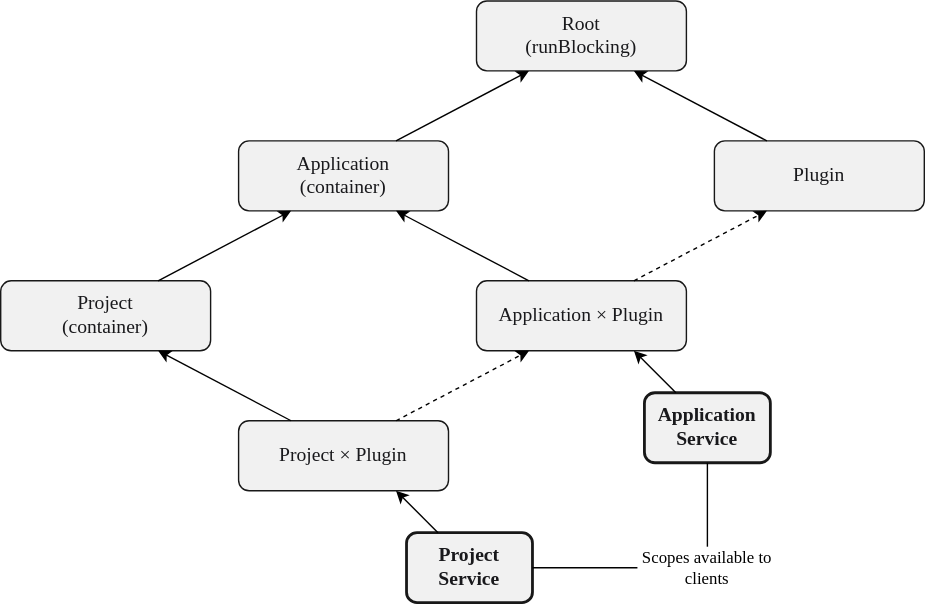
This is images/basics/architectural_overview/coroutines/intellij_platform_coroutine_scopes.svg from JetBrains/intellij-sdk-docs, a draw.io export, as it was before one commit. Source tidied: cells renumbered, new cells last; positions are measured from the earlier drawing's top-left corner, leaving out a move shared by most shapes.
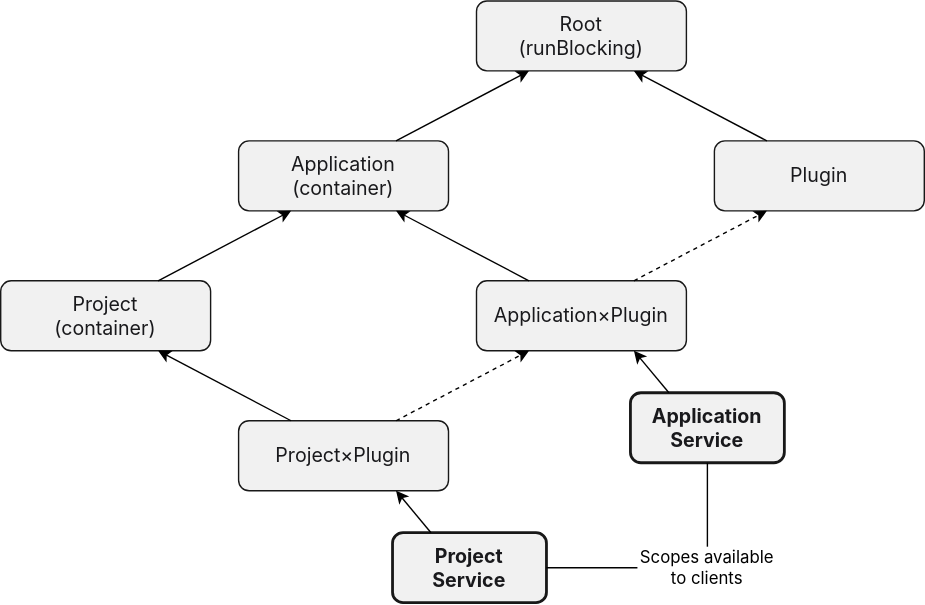
Later version of the same file.

Commit message:
Fix SVG diagram fonts

Change to the diagram source:
```diff
@@ -2,13 +2,13 @@
   <root>
     <mxCell id="0" />
     <mxCell id="1" parent="0" />
-    <mxCell id="2" value="&lt;font style=&quot;font-size: 14px;&quot;&gt;Root&lt;br style=&quot;font-size: 14px;&quot;&gt;(runBlocking)&lt;/font&gt;" style="rounded=1;whiteSpace=wrap;html=1;fontSize=14;fillColor=#F1F1F1;fontFamily=JetBrains Sans;fontColor=#19191c;strokeColor=#181818;" parent="1" vertex="1">
+    <mxCell id="2" value="&lt;font style=&quot;font-size: 14px;&quot;&gt;Root&lt;br style=&quot;font-size: 14px;&quot;&gt;(runBlocking)&lt;/font&gt;" style="rounded=1;whiteSpace=wrap;html=1;fontSize=14;fillColor=#F1F1F1;fontFamily=Inter;fontColor=#19191c;strokeColor=#181818;fontSource=https%3A%2F%2Ffonts.googleapis.com%2Fcss%3Ffamily%3DInter;" parent="1" vertex="1">
       <mxGeometry x="340" width="150" height="50" as="geometry" />
     </mxCell>
-    <mxCell id="3" value="Application&lt;br style=&quot;font-size: 14px;&quot;&gt;(container)" style="rounded=1;whiteSpace=wrap;html=1;fontSize=14;fillColor=#F1F1F1;fontFamily=JetBrains Sans;fontColor=#19191c;strokeColor=#181818;" parent="1" vertex="1">
+    <mxCell id="3" value="Application&lt;br style=&quot;font-size: 14px;&quot;&gt;(container)" style="rounded=1;whiteSpace=wrap;html=1;fontSize=14;fillColor=#F1F1F1;fontFamily=Inter;fontColor=#19191c;strokeColor=#181818;fontSource=https%3A%2F%2Ffonts.googleapis.com%2Fcss%3Ffamily%3DInter;" parent="1" vertex="1">
       <mxGeometry x="170" y="100" width="150" height="50" as="geometry" />
     </mxCell>
-    <mxCell id="4" value="Project&lt;br style=&quot;font-size: 14px;&quot;&gt;(container)" style="rounded=1;whiteSpace=wrap;html=1;fontSize=14;fillColor=#F1F1F1;fontFamily=JetBrains Sans;fontColor=#19191c;strokeColor=#181818;" parent="1" vertex="1">
+    <mxCell id="4" value="Project&lt;br style=&quot;font-size: 14px;&quot;&gt;(container)" style="rounded=1;whiteSpace=wrap;html=1;fontSize=14;fillColor=#F1F1F1;fontFamily=Inter;fontColor=#19191c;strokeColor=#181818;fontSource=https%3A%2F%2Ffonts.googleapis.com%2Fcss%3Ffamily%3DInter;" parent="1" vertex="1">
       <mxGeometry y="200" width="150" height="50" as="geometry" />
     </mxCell>
     <mxCell id="5" style="endArrow=classic;html=1;rounded=0;exitX=0.75;exitY=0;exitDx=0;exitDy=0;entryX=0.25;entryY=1;entryDx=0;entryDy=0;fontFamily=Inter;fontSource=https%3A%2F%2Ffonts.googleapis.com%2Fcss%3Ffamily%3DInter;fontColor=#19191c;" parent="1" edge="1" source="3" target="2">
@@ -17,16 +17,16 @@
     <mxCell id="6" style="endArrow=classic;html=1;rounded=0;exitX=0.75;exitY=0;exitDx=0;exitDy=0;entryX=0.25;entryY=1;entryDx=0;entryDy=0;fontFamily=Inter;fontSource=https%3A%2F%2Ffonts.googleapis.com%2Fcss%3Ffamily%3DInter;fontColor=#19191c;" parent="1" edge="1" source="4" target="3">
       <mxGeometry relative="1" as="geometry" />
     </mxCell>
-    <mxCell id="7" value="Plugin" style="rounded=1;whiteSpace=wrap;html=1;fontSize=14;fillColor=#F1F1F1;fontFamily=JetBrains Sans;fontColor=#19191c;strokeColor=#181818;" parent="1" vertex="1">
+    <mxCell id="7" value="Plugin" style="rounded=1;whiteSpace=wrap;html=1;fontSize=14;fillColor=#F1F1F1;fontFamily=Inter;fontColor=#19191c;strokeColor=#181818;fontSource=https%3A%2F%2Ffonts.googleapis.com%2Fcss%3Ffamily%3DInter;" parent="1" vertex="1">
       <mxGeometry x="510" y="100" width="150" height="50" as="geometry" />
     </mxCell>
     <mxCell id="8" style="endArrow=classic;html=1;rounded=0;exitX=0.25;exitY=0;exitDx=0;exitDy=0;entryX=0.75;entryY=1;entryDx=0;entryDy=0;fontFamily=Inter;fontSource=https%3A%2F%2Ffonts.googleapis.com%2Fcss%3Ffamily%3DInter;fontColor=#19191c;" parent="1" edge="1" source="7" target="2">
       <mxGeometry relative="1" as="geometry" />
     </mxCell>
-    <mxCell id="9" value="&lt;font&gt;Application&amp;nbsp;&lt;/font&gt;×&lt;font&gt;&amp;nbsp;Plugin&lt;/font&gt;" style="rounded=1;whiteSpace=wrap;html=1;fontSize=14;fillColor=#F1F1F1;fontFamily=JetBrains Sans;fontColor=#19191c;strokeColor=#181818;" parent="1" vertex="1">
+    <mxCell id="9" value="&lt;font&gt;Application&lt;/font&gt;×&lt;font&gt;Plugin&lt;/font&gt;" style="rounded=1;whiteSpace=wrap;html=1;fontSize=14;fillColor=#F1F1F1;fontFamily=Inter;fontColor=#19191c;strokeColor=#181818;fontSource=https%3A%2F%2Ffonts.googleapis.com%2Fcss%3Ffamily%3DInter;" parent="1" vertex="1">
       <mxGeometry x="340" y="200" width="150" height="50" as="geometry" />
     </mxCell>
-    <mxCell id="10" value="&lt;font&gt;Project&amp;nbsp;&lt;/font&gt;×&lt;font&gt;&amp;nbsp;Plugin&lt;/font&gt;" style="rounded=1;whiteSpace=wrap;html=1;fontSize=14;fillColor=#F1F1F1;fontFamily=JetBrains Sans;fontColor=#19191c;strokeColor=#181818;" parent="1" vertex="1">
+    <mxCell id="10" value="&lt;font&gt;Project&lt;/font&gt;×&lt;font&gt;Plugin&lt;/font&gt;" style="rounded=1;whiteSpace=wrap;html=1;fontSize=14;fillColor=#F1F1F1;fontFamily=Inter;fontColor=#19191c;strokeColor=#181818;fontSource=https%3A%2F%2Ffonts.googleapis.com%2Fcss%3Ffamily%3DInter;" parent="1" vertex="1">
       <mxGeometry x="170" y="300" width="150" height="50" as="geometry" />
     </mxCell>
     <mxCell id="11" style="endArrow=classic;html=1;rounded=0;exitX=0.75;exitY=0;exitDx=0;exitDy=0;entryX=0.25;entryY=1;entryDx=0;entryDy=0;dashed=1;fontFamily=Inter;fontSource=https%3A%2F%2Ffonts.googleapis.com%2Fcss%3Ffamily%3DInter;fontColor=#19191c;" parent="1" edge="1" source="10" target="9">
@@ -41,11 +41,11 @@
     <mxCell id="14" style="endArrow=classic;html=1;rounded=0;exitX=0.25;exitY=0;exitDx=0;exitDy=0;entryX=0.75;entryY=1;entryDx=0;entryDy=0;fontFamily=Inter;fontSource=https%3A%2F%2Ffonts.googleapis.com%2Fcss%3Ffamily%3DInter;fontColor=#19191c;" parent="1" edge="1" source="9" target="3">
       <mxGeometry relative="1" as="geometry" />
     </mxCell>
-    <mxCell id="15" value="Project&lt;br&gt;Service" style="rounded=1;whiteSpace=wrap;html=1;fontSize=14;fillColor=#F1F1F1;fontFamily=JetBrains Sans;fontColor=#19191c;strokeColor=#181818;strokeWidth=2;fontStyle=1;" parent="1" vertex="1">
-      <mxGeometry x="290" y="380" width="90" height="50" as="geometry" />
+    <mxCell id="15" value="Project&lt;br&gt;Service" style="rounded=1;whiteSpace=wrap;html=1;fontSize=14;fillColor=#F1F1F1;fontFamily=Inter;fontColor=#19191c;strokeColor=#181818;strokeWidth=2;fontStyle=1;fontSource=https%3A%2F%2Ffonts.googleapis.com%2Fcss%3Ffamily%3DInter;" parent="1" vertex="1">
+      <mxGeometry x="280" y="380" width="110" height="50" as="geometry" />
     </mxCell>
-    <mxCell id="16" value="Application&lt;br&gt;Service" style="rounded=1;whiteSpace=wrap;html=1;fontSize=14;fillColor=#F1F1F1;fontFamily=JetBrains Sans;fontColor=#19191c;strokeColor=#181818;strokeWidth=2;fontStyle=1;" parent="1" vertex="1">
-      <mxGeometry x="460" y="280" width="90" height="50" as="geometry" />
+    <mxCell id="16" value="Application&lt;br&gt;Service" style="rounded=1;whiteSpace=wrap;html=1;fontSize=14;fillColor=#F1F1F1;fontFamily=Inter;fontColor=#19191c;strokeColor=#181818;strokeWidth=2;fontStyle=1;fontSource=https%3A%2F%2Ffonts.googleapis.com%2Fcss%3Ffamily%3DInter;" parent="1" vertex="1">
+      <mxGeometry x="450" y="280" width="110" height="50" as="geometry" />
     </mxCell>
     <mxCell id="17" style="endArrow=classic;html=1;rounded=0;exitX=0.25;exitY=0;exitDx=0;exitDy=0;entryX=0.75;entryY=1;entryDx=0;entryDy=0;" parent="1" edge="1" source="15" target="10">
       <mxGeometry relative="1" as="geometry" />
@@ -53,7 +53,7 @@
     <mxCell id="18" style="endArrow=classic;html=1;rounded=0;exitX=0.25;exitY=0;exitDx=0;exitDy=0;entryX=0.75;entryY=1;entryDx=0;entryDy=0;" parent="1" edge="1" source="16" target="9">
       <mxGeometry relative="1" as="geometry" />
     </mxCell>
-    <mxCell id="19" value="Scopes available to clients" style="text;html=1;align=center;verticalAlign=middle;whiteSpace=wrap;rounded=0;fontFamily=JetBrains Sans;" parent="1" vertex="1">
+    <mxCell id="19" value="Scopes available to clients" style="text;html=1;align=center;verticalAlign=middle;whiteSpace=wrap;rounded=0;fontFamily=Inter;fontSource=https%3A%2F%2Ffonts.googleapis.com%2Fcss%3Ffamily%3DInter;" parent="1" vertex="1">
       <mxGeometry x="455" y="390" width="100" height="30" as="geometry" />
     </mxCell>
     <mxCell id="20" style="endArrow=none;html=1;rounded=0;exitX=1;exitY=0.5;exitDx=0;exitDy=0;entryX=0;entryY=0.5;entryDx=0;entryDy=0;" parent="1" edge="1" source="15" target="19">
```
